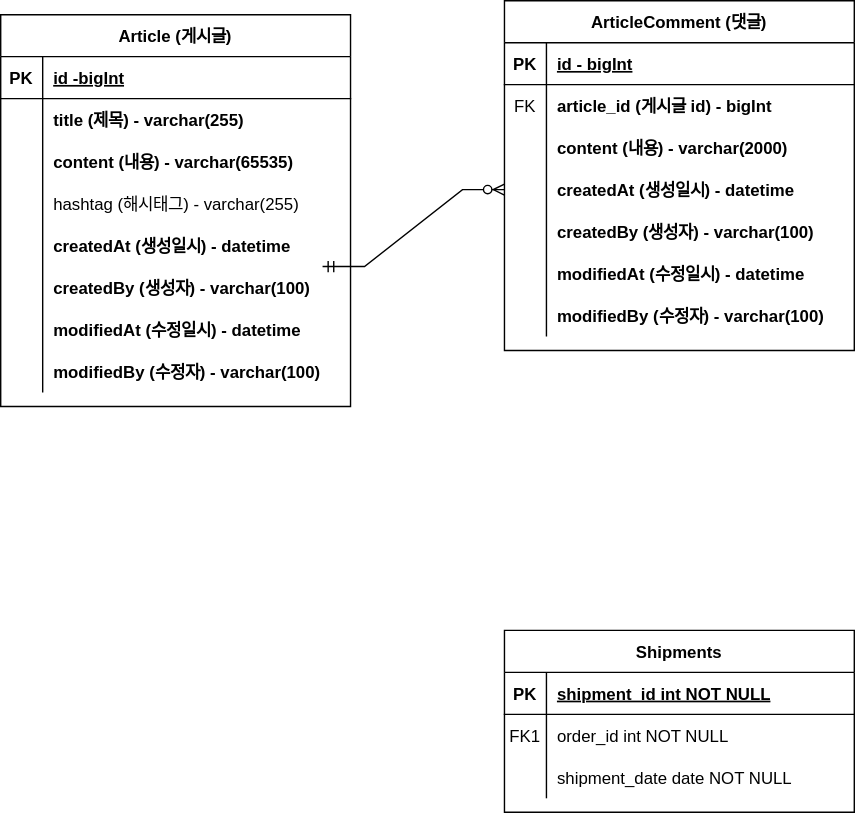
The draw.io diagram document/project-board-erd.svg in homeppp/fastcampus-project-board, before a commit. Source tidied: cells renumbered, new cells last; positions are measured from the earlier drawing's top-left corner, leaving out a move shared by most shapes.
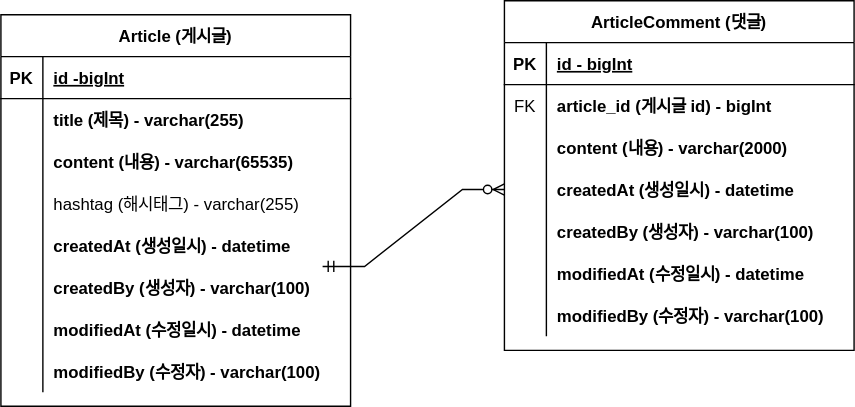
After the commit.

What changed in the source:
```diff
@@ -68,36 +68,6 @@
     <mxCell id="23" value="modifiedBy (수정자) - varchar(100)" style="shape=partialRectangle;overflow=hidden;fillColor=none;top=0;left=0;bottom=0;right=0;align=left;spacingLeft=6;fontStyle=1;" parent="21" vertex="1">
       <mxGeometry x="30" width="220" height="30" as="geometry" />
     </mxCell>
-    <mxCell id="24" value="Shipments" style="shape=table;startSize=30;rowLines=0;fontStyle=1;align=center;" parent="1" vertex="1">
-      <mxGeometry x="360" y="450" width="250" height="130" as="geometry" />
-    </mxCell>
-    <mxCell id="25" style="shape=partialRectangle;fillColor=none;top=0;left=0;right=0;bottom=1;" parent="24" vertex="1">
-      <mxGeometry y="30" width="250" height="30" as="geometry" />
-    </mxCell>
-    <mxCell id="26" value="PK" style="shape=partialRectangle;overflow=hidden;fillColor=none;top=0;left=0;bottom=0;right=0;fontStyle=1;" parent="25" vertex="1">
-      <mxGeometry width="30" height="30" as="geometry" />
-    </mxCell>
-    <mxCell id="27" value="shipment_id int NOT NULL " style="shape=partialRectangle;overflow=hidden;fillColor=none;top=0;left=0;bottom=0;right=0;align=left;spacingLeft=6;fontStyle=5;" parent="25" vertex="1">
-      <mxGeometry x="30" width="220" height="30" as="geometry" />
-    </mxCell>
-    <mxCell id="28" style="shape=partialRectangle;fillColor=none;top=0;left=0;right=0;bottom=0;" parent="24" vertex="1">
-      <mxGeometry y="60" width="250" height="30" as="geometry" />
-    </mxCell>
-    <mxCell id="29" value="FK1" style="shape=partialRectangle;overflow=hidden;fillColor=none;top=0;left=0;bottom=0;right=0;" parent="28" vertex="1">
-      <mxGeometry width="30" height="30" as="geometry" />
-    </mxCell>
-    <mxCell id="30" value="order_id int NOT NULL" style="shape=partialRectangle;overflow=hidden;fillColor=none;top=0;left=0;bottom=0;right=0;align=left;spacingLeft=6;" parent="28" vertex="1">
-      <mxGeometry x="30" width="220" height="30" as="geometry" />
-    </mxCell>
-    <mxCell id="31" style="shape=partialRectangle;fillColor=none;top=0;left=0;right=0;bottom=0;" parent="24" vertex="1">
-      <mxGeometry y="90" width="250" height="30" as="geometry" />
-    </mxCell>
-    <mxCell id="32" style="shape=partialRectangle;overflow=hidden;fillColor=none;top=0;left=0;bottom=0;right=0;" parent="31" vertex="1">
-      <mxGeometry width="30" height="30" as="geometry" />
-    </mxCell>
-    <mxCell id="33" value="shipment_date date NOT NULL" style="shape=partialRectangle;overflow=hidden;fillColor=none;top=0;left=0;bottom=0;right=0;align=left;spacingLeft=6;" parent="31" vertex="1">
-      <mxGeometry x="30" width="220" height="30" as="geometry" />
-    </mxCell>
     <mxCell id="34" value="Article (게시글)" style="shape=table;startSize=30;rowLines=0;fontStyle=1;align=center;" parent="1" vertex="1">
       <mxGeometry y="10" width="250" height="280" as="geometry" />
     </mxCell>
```
